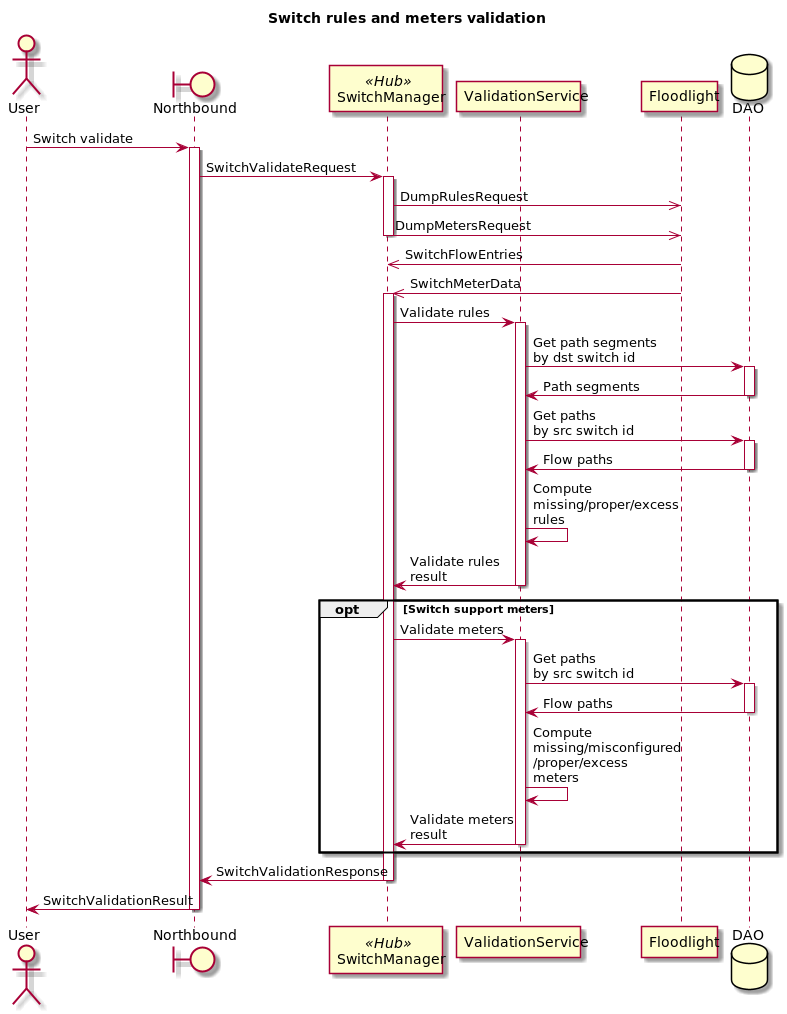
This is docs/design/hub-and-spoke/switch-validate/h&s-switch-validate.png from telstra/open-kilda, a PlantUML export, as it was before one commit.
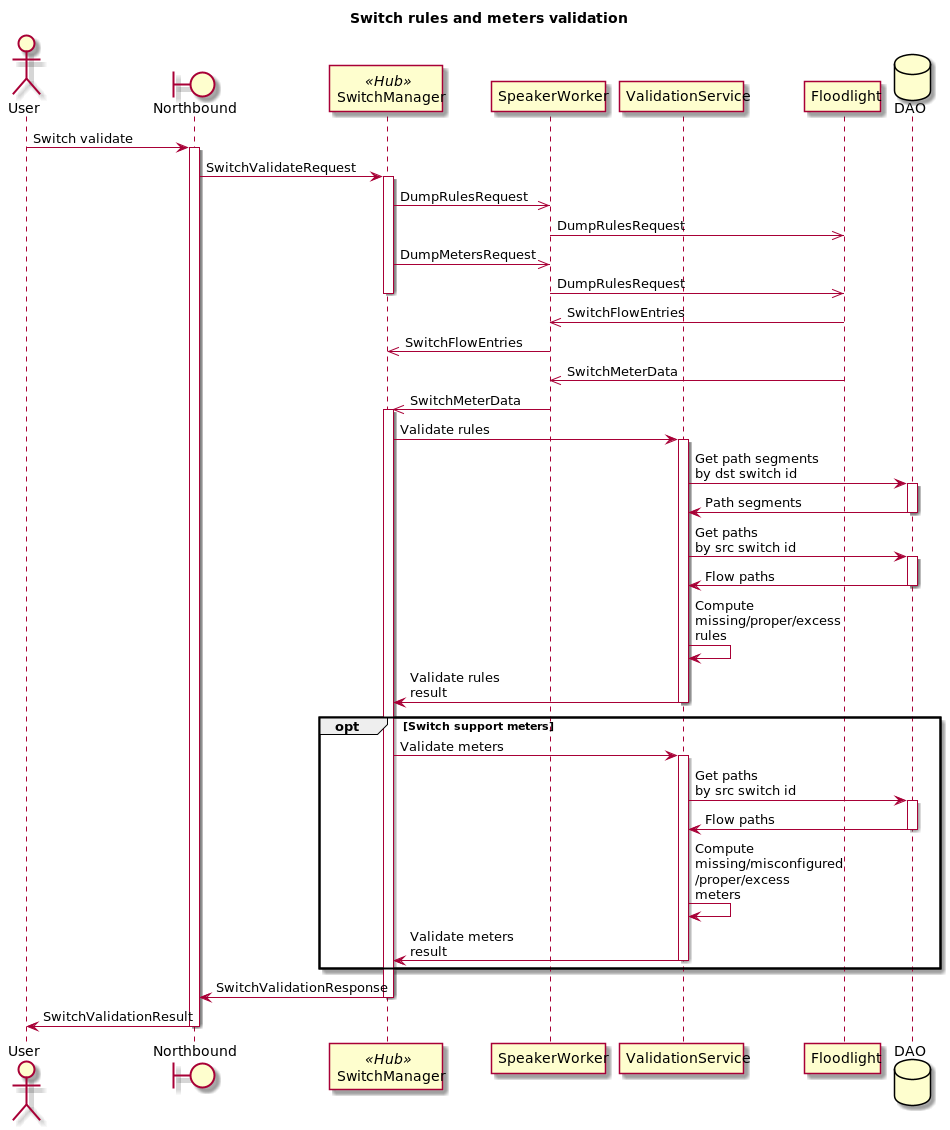
After the change.

The edit, as a diff of the source:
```diff
@@ -4,6 +4,7 @@
 actor User
 boundary Northbound as NB
 participant SwitchManager << Hub >>
+participant SpeakerWorker
 participant ValidationService
 participant Floodlight as FL
 database DAO
@@ -14,12 +15,17 @@
 NB -> SwitchManager : SwitchValidateRequest
 activate SwitchManager
 
-SwitchManager ->> FL : DumpRulesRequest
-SwitchManager ->> FL : DumpMetersRequest
+SwitchManager ->> SpeakerWorker : DumpRulesRequest
+SpeakerWorker ->> FL : DumpRulesRequest
+
+SwitchManager ->> SpeakerWorker : DumpMetersRequest
+SpeakerWorker ->> FL : DumpRulesRequest
 deactivate SwitchManager
 
-FL ->> SwitchManager : SwitchFlowEntries
-FL ->> SwitchManager : SwitchMeterData
+FL ->> SpeakerWorker : SwitchFlowEntries
+SpeakerWorker ->> SwitchManager : SwitchFlowEntries
+FL ->> SpeakerWorker : SwitchMeterData
+SpeakerWorker ->> SwitchManager : SwitchMeterData
 
 activate SwitchManager
 SwitchManager -> ValidationService : Validate rules
```
